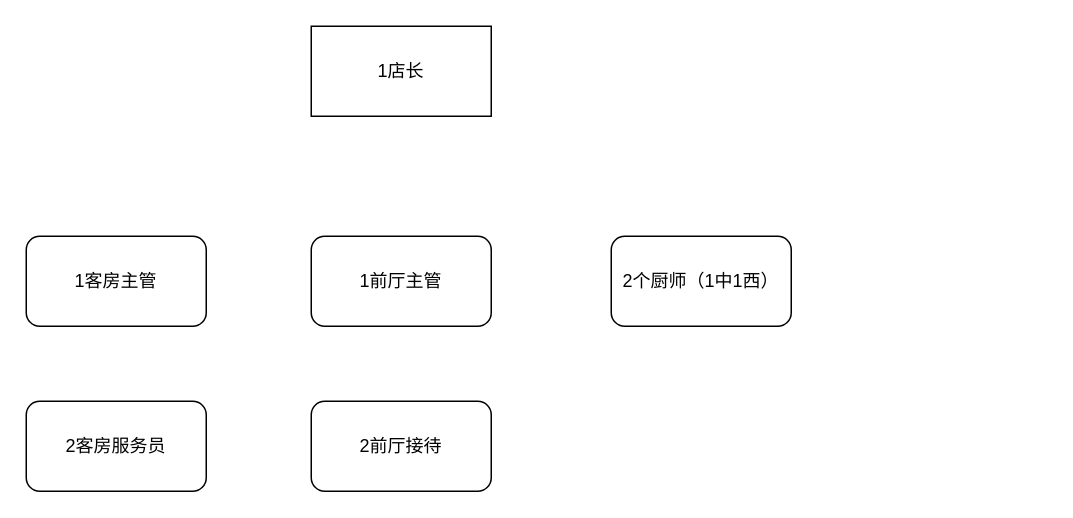
This is xzzh/阅漫酒店情况.drawio from daniel-7d/draw, a draw.io file, before an edit. Source tidied: cells renumbered, new cells numbered last; positions are measured from the earlier drawing's top-left corner, leaving out a move shared by most shapes. Both pictures are drawn from the tidied source at 150%, with x=0, y=0 at pixel (26, 26).
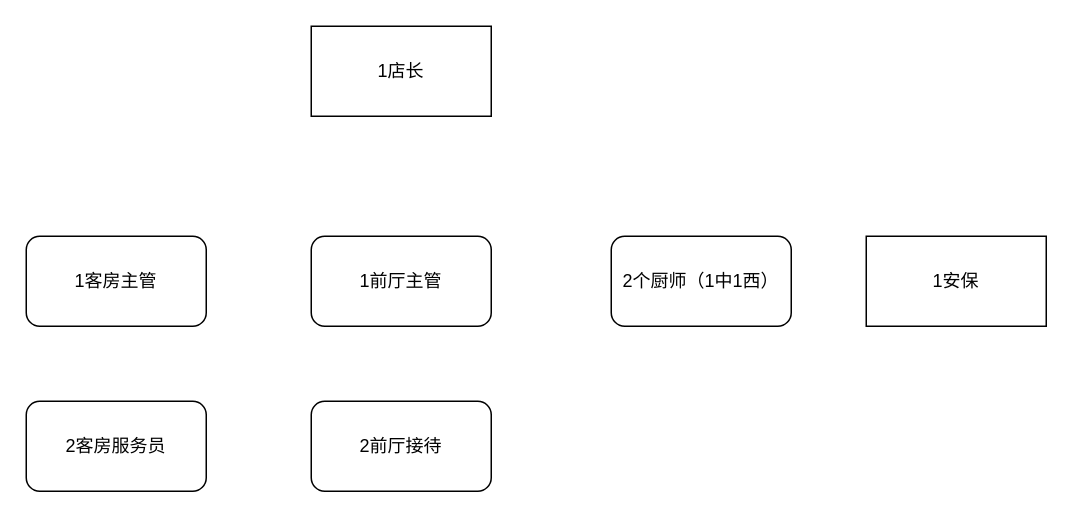
The same diagram, later.

Commit message (it also covers changes not shown here):
更新阅漫酒店情况.drawio

The edit, as a diff of the source:
```diff
@@
 <mxGraphModel>
   <root>
     <mxCell id="0" />
     <mxCell id="1" parent="0" />
     <mxCell id="2" value="1店长" style="rounded=0;whiteSpace=wrap;html=1;" parent="1" vertex="1">
       <mxGeometry x="190" width="120" height="60" as="geometry" />
     </mxCell>
     <mxCell id="3" value="2客房服务员" style="rounded=1;whiteSpace=wrap;html=1;" parent="1" vertex="1">
       <mxGeometry y="250" width="120" height="60" as="geometry" />
     </mxCell>
     <mxCell id="4" value="1客房主管" style="rounded=1;whiteSpace=wrap;html=1;" parent="1" vertex="1">
       <mxGeometry y="140" width="120" height="60" as="geometry" />
     </mxCell>
     <mxCell id="5" value="1前厅主管" style="rounded=1;whiteSpace=wrap;html=1;" parent="1" vertex="1">
       <mxGeometry x="190" y="140" width="120" height="60" as="geometry" />
     </mxCell>
     <mxCell id="6" value="2前厅接待" style="rounded=1;whiteSpace=wrap;html=1;" parent="1" vertex="1">
       <mxGeometry x="190" y="250" width="120" height="60" as="geometry" />
     </mxCell>
     <mxCell id="7" value="2个厨师（1中1西）" style="rounded=1;whiteSpace=wrap;html=1;" parent="1" vertex="1">
       <mxGeometry x="390" y="140" width="120" height="60" as="geometry" />
     </mxCell>
+    <mxCell id="8" value="1安保" style="rounded=0;whiteSpace=wrap;html=1;" parent="1" vertex="1">
+      <mxGeometry x="560" y="140" width="120" height="60" as="geometry" />
+    </mxCell>
   </root>
 </mxGraphModel>
```
